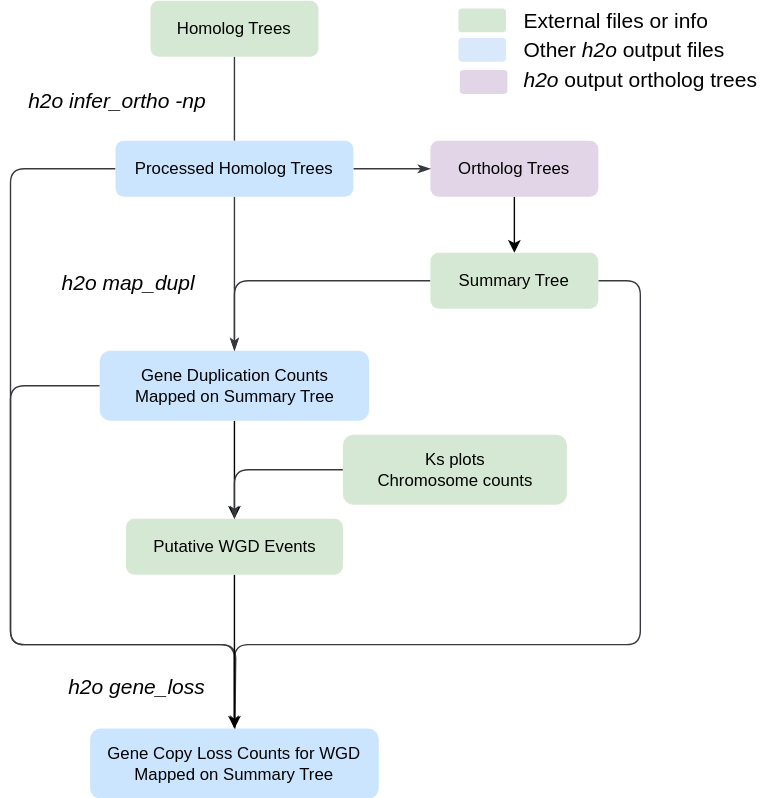
fkyeeb/H2O keeps this draw.io diagram as tutorials/dup_workflow.drawio.svg. Above is the earlier version. Source tidied: cells renumbered, new cells last; positions are measured from the earlier drawing's top-left corner, leaving out a move shared by most shapes.
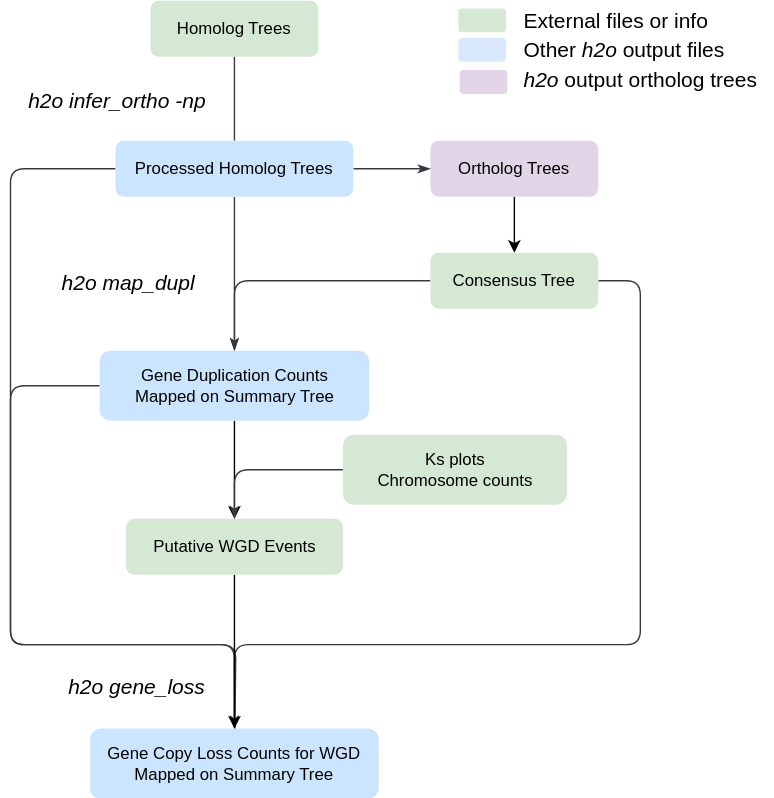
After the commit.

Change to the diagram source:
```diff
@@ -46,7 +46,7 @@
         </Array>
       </mxGeometry>
     </mxCell>
-    <mxCell id="12" value="Summary Tree" style="rounded=1;whiteSpace=wrap;html=1;fontSize=12;glass=0;strokeWidth=1;shadow=0;fillColor=#d5e8d4;strokeColor=none;" parent="1" vertex="1">
+    <mxCell id="12" value="&lt;span style=&quot;color: rgb(0, 0, 0);&quot;&gt;Consensus&lt;/span&gt;&amp;nbsp;Tree" style="rounded=1;whiteSpace=wrap;html=1;fontSize=12;glass=0;strokeWidth=1;shadow=0;fillColor=#d5e8d4;strokeColor=none;" parent="1" vertex="1">
       <mxGeometry x="300" y="180" width="120" height="40" as="geometry" />
     </mxCell>
     <mxCell id="13" style="edgeStyle=orthogonalEdgeStyle;shape=connector;rounded=1;jettySize=auto;html=1;exitX=1;exitY=0.5;exitDx=0;exitDy=0;shadow=0;strokeColor=#36393d;strokeWidth=1;align=center;verticalAlign=middle;fontFamily=Helvetica;fontSize=11;fontColor=default;labelBackgroundColor=none;endArrow=classicThin;endFill=1;fillColor=#cce5ff;" parent="1" edge="1" source="17" target="6">
```
